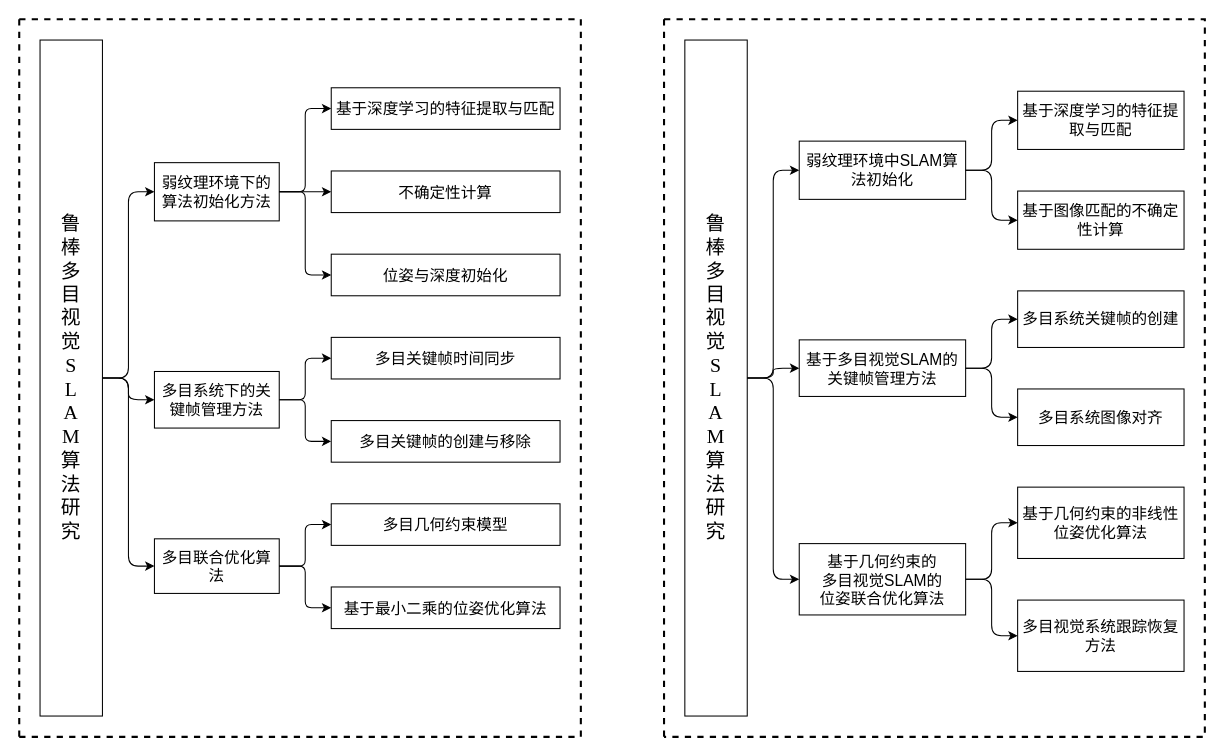
The draw.io diagram page "第 1 页" (2 of 8) of 开题报告.drawio in 77Torpedo77/study, before the edit. Source tidied: cells renumbered, new cells numbered last; positions are measured from the earlier drawing's top-left corner, leaving out a move shared by most shapes. Both pictures are drawn from the tidied source at 104%, with x=0, y=0 at pixel (19, 19).
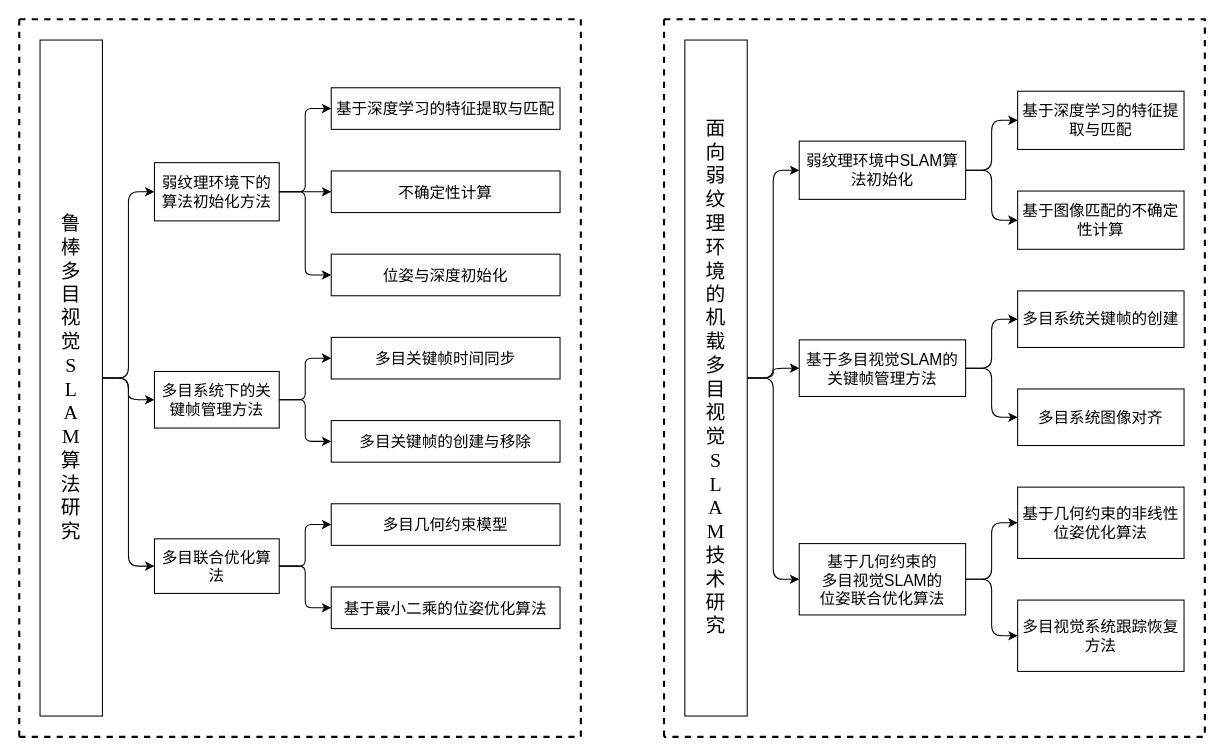
After the change.

Commit message:
更新开题报告.drawio

The change refers to these unchanged cells:
```xml
<mxCell id="24" style="swimlane;startSize=0;horizontal=0;horizontalTree=1;sortEdges=1;containerType=tree;fontSize=12;flipH=0;flipV=0;fontFamily=Times New Roman;align=center;dashed=1;strokeWidth=2;perimeterSpacing=0;strokeColor=default;" parent="1" vertex="1">
  <mxGeometry x="620" width="520" height="690" as="geometry" />
</mxCell>
```

The edit, as a diff of the source:
```diff
@@
-    <mxCell id="25" value="&lt;span style=&quot;font-family: &amp;quot;Times New Roman&amp;quot;; text-wrap-mode: nowrap;&quot;&gt;&lt;font style=&quot;font-size: 19px;&quot;&gt;鲁&lt;/font&gt;&lt;/span&gt;&lt;div style=&quot;font-family: &amp;quot;Times New Roman&amp;quot;; text-wrap-mode: nowrap;&quot;&gt;&lt;font style=&quot;font-size: 19px;&quot;&gt;棒&lt;/font&gt;&lt;/div&gt;&lt;div style=&quot;font-family: &amp;quot;Times New Roman&amp;quot;; text-wrap-mode: nowrap;&quot;&gt;&lt;font style=&quot;font-size: 19px;&quot;&gt;多&lt;/font&gt;&lt;/div&gt;&lt;div style=&quot;font-family: &amp;quot;Times New Roman&amp;quot;; text-wrap-mode: nowrap;&quot;&gt;&lt;font style=&quot;font-size: 19px;&quot;&gt;目&lt;/font&gt;&lt;/div&gt;&lt;div style=&quot;font-family: &amp;quot;Times New Roman&amp;quot;; text-wrap-mode: nowrap;&quot;&gt;&lt;font style=&quot;font-size: 19px;&quot;&gt;视&lt;/font&gt;&lt;/div&gt;&lt;div style=&quot;font-family: &amp;quot;Times New Roman&amp;quot;; text-wrap-mode: nowrap;&quot;&gt;&lt;font style=&quot;font-size: 19px;&quot;&gt;觉&lt;/font&gt;&lt;/div&gt;&lt;div style=&quot;font-family: &amp;quot;Times New Roman&amp;quot;; text-wrap-mode: nowrap;&quot;&gt;&lt;font style=&quot;font-size: 19px;&quot;&gt;S&lt;/font&gt;&lt;/div&gt;&lt;div style=&quot;font-family: &amp;quot;Times New Roman&amp;quot;; text-wrap-mode: nowrap;&quot;&gt;&lt;font style=&quot;font-size: 19px;&quot;&gt;L&lt;/font&gt;&lt;/div&gt;&lt;div style=&quot;font-family: &amp;quot;Times New Roman&amp;quot;; text-wrap-mode: nowrap;&quot;&gt;&lt;font style=&quot;font-size: 19px;&quot;&gt;A&lt;/font&gt;&lt;/div&gt;&lt;div style=&quot;font-family: &amp;quot;Times New Roman&amp;quot;; text-wrap-mode: nowrap;&quot;&gt;&lt;font style=&quot;font-size: 19px;&quot;&gt;M&lt;/font&gt;&lt;/div&gt;&lt;div style=&quot;font-family: &amp;quot;Times New Roman&amp;quot;; text-wrap-mode: nowrap;&quot;&gt;&lt;font style=&quot;font-size: 19px;&quot;&gt;算&lt;/font&gt;&lt;/div&gt;&lt;div style=&quot;font-family: &amp;quot;Times New Roman&amp;quot;; text-wrap-mode: nowrap;&quot;&gt;&lt;font style=&quot;font-size: 19px;&quot;&gt;法&lt;/font&gt;&lt;/div&gt;&lt;div style=&quot;font-family: &amp;quot;Times New Roman&amp;quot;; text-wrap-mode: nowrap;&quot;&gt;&lt;font style=&quot;font-size: 19px;&quot;&gt;研&lt;/font&gt;&lt;/div&gt;&lt;div style=&quot;font-family: &amp;quot;Times New Roman&amp;quot;; text-wrap-mode: nowrap;&quot;&gt;&lt;font style=&quot;font-size: 19px;&quot;&gt;究&lt;/font&gt;&lt;/div&gt;" style="whiteSpace=wrap;html=1;" parent="24" vertex="1">
+    <mxCell id="25" value="&lt;font face=&quot;Times New Roman&quot;&gt;&lt;span style=&quot;font-size: 19px; text-wrap-mode: nowrap;&quot;&gt;面&lt;/span&gt;&lt;/font&gt;&lt;div&gt;&lt;font face=&quot;Times New Roman&quot;&gt;&lt;span style=&quot;font-size: 19px; text-wrap-mode: nowrap;&quot;&gt;向&lt;/span&gt;&lt;/font&gt;&lt;/div&gt;&lt;div&gt;&lt;font face=&quot;Times New Roman&quot;&gt;&lt;span style=&quot;font-size: 19px; text-wrap-mode: nowrap;&quot;&gt;弱&lt;/span&gt;&lt;/font&gt;&lt;/div&gt;&lt;div&gt;&lt;font face=&quot;Times New Roman&quot;&gt;&lt;span style=&quot;font-size: 19px; text-wrap-mode: nowrap;&quot;&gt;纹&lt;/span&gt;&lt;/font&gt;&lt;/div&gt;&lt;div&gt;&lt;font face=&quot;Times New Roman&quot;&gt;&lt;span style=&quot;font-size: 19px; text-wrap-mode: nowrap;&quot;&gt;理&lt;/span&gt;&lt;/font&gt;&lt;/div&gt;&lt;div&gt;&lt;font face=&quot;Times New Roman&quot;&gt;&lt;span style=&quot;font-size: 19px; text-wrap-mode: nowrap;&quot;&gt;环&lt;/span&gt;&lt;/font&gt;&lt;/div&gt;&lt;div&gt;&lt;font face=&quot;Times New Roman&quot;&gt;&lt;span style=&quot;font-size: 19px; text-wrap-mode: nowrap;&quot;&gt;境&lt;/span&gt;&lt;/font&gt;&lt;/div&gt;&lt;div&gt;&lt;font face=&quot;Times New Roman&quot;&gt;&lt;span style=&quot;font-size: 19px; text-wrap-mode: nowrap;&quot;&gt;的&lt;/span&gt;&lt;/font&gt;&lt;/div&gt;&lt;div&gt;&lt;font face=&quot;Times New Roman&quot;&gt;&lt;span style=&quot;font-size: 19px; text-wrap-mode: nowrap;&quot;&gt;机&lt;/span&gt;&lt;/font&gt;&lt;/div&gt;&lt;div&gt;&lt;font face=&quot;Times New Roman&quot;&gt;&lt;span style=&quot;font-size: 19px; text-wrap-mode: nowrap;&quot;&gt;载&lt;/span&gt;&lt;/font&gt;&lt;/div&gt;&lt;div&gt;&lt;font face=&quot;Times New Roman&quot;&gt;&lt;span style=&quot;font-size: 19px; text-wrap-mode: nowrap;&quot;&gt;多&lt;/span&gt;&lt;/font&gt;&lt;/div&gt;&lt;div&gt;&lt;font face=&quot;Times New Roman&quot;&gt;&lt;span style=&quot;font-size: 19px; text-wrap-mode: nowrap;&quot;&gt;目&lt;/span&gt;&lt;/font&gt;&lt;/div&gt;&lt;div&gt;&lt;font face=&quot;Times New Roman&quot;&gt;&lt;span style=&quot;font-size: 19px; text-wrap-mode: nowrap;&quot;&gt;视&lt;/span&gt;&lt;/font&gt;&lt;/div&gt;&lt;div&gt;&lt;font face=&quot;Times New Roman&quot;&gt;&lt;span style=&quot;font-size: 19px; text-wrap-mode: nowrap;&quot;&gt;觉&lt;/span&gt;&lt;/font&gt;&lt;/div&gt;&lt;div&gt;&lt;font face=&quot;Times New Roman&quot;&gt;&lt;span style=&quot;font-size: 19px; text-wrap-mode: nowrap;&quot;&gt;S&lt;/span&gt;&lt;/font&gt;&lt;/div&gt;&lt;div&gt;&lt;font face=&quot;Times New Roman&quot;&gt;&lt;span style=&quot;font-size: 19px; text-wrap-mode: nowrap;&quot;&gt;L&lt;/span&gt;&lt;/font&gt;&lt;/div&gt;&lt;div&gt;&lt;font face=&quot;Times New Roman&quot;&gt;&lt;span style=&quot;font-size: 19px; text-wrap-mode: nowrap;&quot;&gt;A&lt;/span&gt;&lt;/font&gt;&lt;/div&gt;&lt;div&gt;&lt;font face=&quot;Times New Roman&quot;&gt;&lt;span style=&quot;font-size: 19px; text-wrap-mode: nowrap;&quot;&gt;M&lt;/span&gt;&lt;/font&gt;&lt;/div&gt;&lt;div&gt;&lt;font face=&quot;Times New Roman&quot;&gt;&lt;span style=&quot;font-size: 19px; text-wrap-mode: nowrap;&quot;&gt;技&lt;/span&gt;&lt;/font&gt;&lt;/div&gt;&lt;div&gt;&lt;font face=&quot;Times New Roman&quot;&gt;&lt;span style=&quot;font-size: 19px; text-wrap-mode: nowrap;&quot;&gt;术&lt;/span&gt;&lt;/font&gt;&lt;/div&gt;&lt;div&gt;&lt;font face=&quot;Times New Roman&quot;&gt;&lt;span style=&quot;font-size: 19px; text-wrap-mode: nowrap;&quot;&gt;研&lt;/span&gt;&lt;/font&gt;&lt;/div&gt;&lt;div&gt;&lt;font face=&quot;Times New Roman&quot;&gt;&lt;span style=&quot;font-size: 19px; text-wrap-mode: nowrap;&quot;&gt;究&lt;/span&gt;&lt;/font&gt;&lt;/div&gt;" style="whiteSpace=wrap;html=1;" parent="24" vertex="1">
       <mxGeometry x="20" y="20" width="60" height="650" as="geometry" />
     </mxCell>
```
